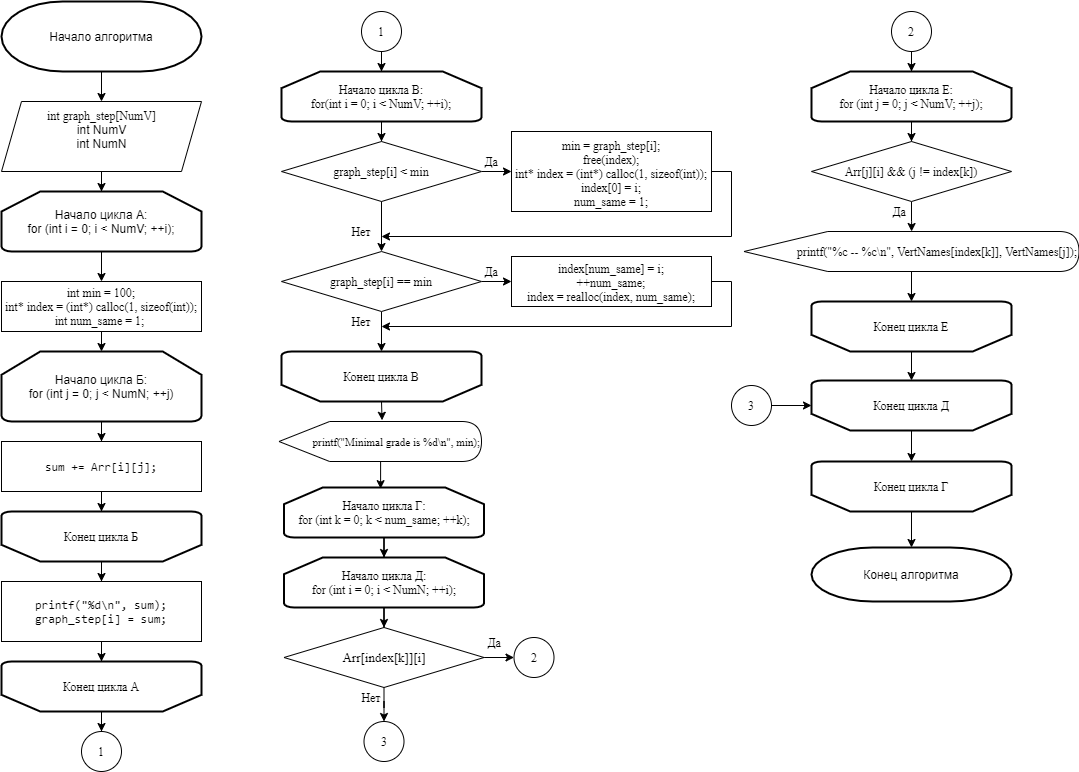
Above: Untitled Diagram.png in pashoke1/dzflita23 (draw.io), before the change. Source tidied: cells renumbered, new cells last; positions are measured from the earlier drawing's top-left corner, leaving out a move shared by most shapes.
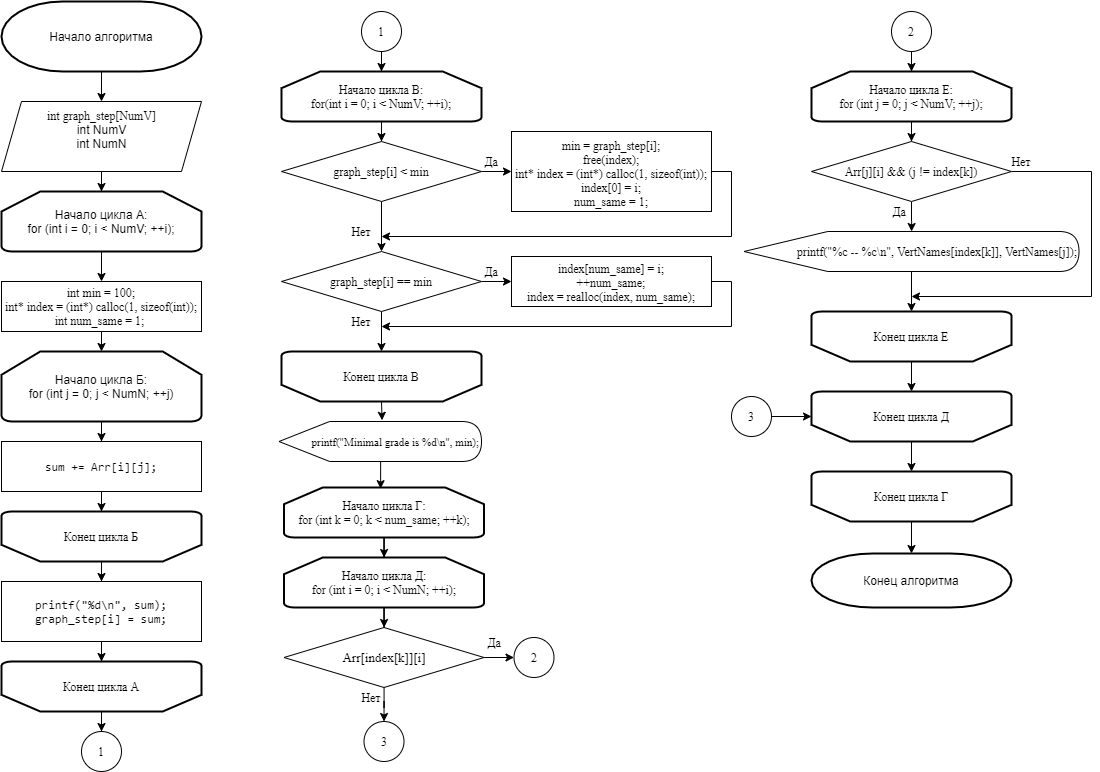
The same file after the commit.

Diff of the diagram source:
```diff
@@ -178,6 +178,15 @@
         <mxPoint x="910.1" y="230" as="targetPoint" />
       </mxGeometry>
     </mxCell>
+    <mxCell id="72" style="edgeStyle=orthogonalEdgeStyle;rounded=0;jettySize=auto;html=1;exitX=1;exitY=0.5;exitDx=0;exitDy=0;entryX=1;entryY=0.75;entryDx=0;entryDy=0;" parent="1" edge="1" source="56">
+      <mxGeometry relative="1" as="geometry">
+        <mxPoint x="910" y="295" as="targetPoint" />
+        <Array as="points">
+          <mxPoint x="1090" y="170" />
+          <mxPoint x="1090" y="295" />
+        </Array>
+      </mxGeometry>
+    </mxCell>
     <mxCell id="56" value="&lt;pre&gt;&lt;font style=&quot;font-size: 12px&quot; face=&quot;Times New Roman&quot;&gt;Arr[j][i] &amp;amp;&amp;amp; (j != index[k])&lt;/font&gt;&lt;/pre&gt;" style="shape=rhombus;perimeter=rhombusPerimeter;whiteSpace=wrap;html=1;align=center;fontFamily=Times New Roman;" parent="1" vertex="1">
       <mxGeometry x="810" y="140" width="200" height="60" as="geometry" />
     </mxCell>
@@ -194,7 +203,7 @@
       <mxGeometry relative="1" as="geometry" />
     </mxCell>
     <mxCell id="61" value="Конец цикла Е" style="strokeWidth=2;shape=mxgraph.flowchart.loop_limit;rotation=0;horizontal=1;verticalAlign=middle;fontStyle=0;fontFamily=Times New Roman;whiteSpace=wrap;html=1;flipH=0;flipV=1;" parent="1" vertex="1">
-      <mxGeometry x="810" y="300" width="200" height="50" as="geometry" />
+      <mxGeometry x="810" y="310" width="200" height="50" as="geometry" />
     </mxCell>
     <mxCell id="62" value="3" style="ellipse;whiteSpace=wrap;html=1;fontFamily=Times New Roman;" parent="1" vertex="1">
       <mxGeometry x="362.5" y="720" width="40" height="40" as="geometry" />
@@ -206,25 +215,28 @@
       <mxGeometry relative="1" as="geometry" />
     </mxCell>
     <mxCell id="65" value="Конец цикла Д" style="strokeWidth=2;shape=mxgraph.flowchart.loop_limit;rotation=0;horizontal=1;verticalAlign=middle;fontStyle=0;fontFamily=Times New Roman;whiteSpace=wrap;html=1;flipH=0;flipV=1;" parent="1" vertex="1">
-      <mxGeometry x="810" y="379" width="200" height="50" as="geometry" />
+      <mxGeometry x="810" y="390" width="200" height="50" as="geometry" />
     </mxCell>
     <mxCell id="66" style="edgeStyle=orthogonalEdgeStyle;rounded=0;jettySize=auto;html=1;fontFamily=Times New Roman;" parent="1" edge="1" source="67" target="70">
       <mxGeometry relative="1" as="geometry" />
     </mxCell>
     <mxCell id="67" value="Конец цикла Г" style="strokeWidth=2;shape=mxgraph.flowchart.loop_limit;rotation=0;horizontal=1;verticalAlign=middle;fontStyle=0;fontFamily=Times New Roman;whiteSpace=wrap;html=1;flipH=0;flipV=1;" parent="1" vertex="1">
-      <mxGeometry x="810" y="460" width="200" height="50" as="geometry" />
+      <mxGeometry x="810" y="470" width="200" height="50" as="geometry" />
     </mxCell>
     <mxCell id="68" style="edgeStyle=orthogonalEdgeStyle;rounded=0;jettySize=auto;html=1;fontFamily=Times New Roman;" parent="1" edge="1" source="69" target="65">
       <mxGeometry relative="1" as="geometry" />
     </mxCell>
     <mxCell id="69" value="3" style="ellipse;whiteSpace=wrap;html=1;fontFamily=Times New Roman;" parent="1" vertex="1">
-      <mxGeometry x="730" y="384" width="40" height="40" as="geometry" />
+      <mxGeometry x="730" y="395" width="40" height="40" as="geometry" />
     </mxCell>
     <mxCell id="70" value="Конец алгоритма" style="strokeWidth=2;html=1;shape=mxgraph.flowchart.terminator;whiteSpace=wrap;" parent="1" vertex="1">
-      <mxGeometry x="810" y="546" width="200" height="54" as="geometry" />
+      <mxGeometry x="810" y="552" width="200" height="54" as="geometry" />
     </mxCell>
     <mxCell id="71" value="&lt;span&gt;int&lt;/span&gt;&lt;span&gt; min = 100;&lt;br&gt;&lt;/span&gt;&lt;span&gt;int&lt;/span&gt;&lt;span&gt;* index = (&lt;/span&gt;&lt;span&gt;int&lt;/span&gt;&lt;span&gt;*) calloc(1, &lt;/span&gt;&lt;span&gt;sizeof&lt;/span&gt;&lt;span&gt;(&lt;/span&gt;&lt;span&gt;int&lt;/span&gt;&lt;span&gt;));&lt;br&gt;&lt;/span&gt;&lt;span&gt;int&lt;/span&gt;&lt;span&gt; num_same = 1;&lt;/span&gt;&lt;span&gt;&amp;nbsp;&lt;/span&gt;&lt;span&gt;&lt;br&gt;&lt;/span&gt;" style="rounded=0;whiteSpace=wrap;html=1;fontFamily=Times New Roman;align=center;" parent="1" vertex="1">
       <mxGeometry y="280" width="200" height="50" as="geometry" />
     </mxCell>
+    <mxCell id="73" value="Нет" style="text;html=1;strokeColor=none;fillColor=none;align=center;verticalAlign=middle;whiteSpace=wrap;rounded=0;fontFamily=Times New Roman;" parent="1" vertex="1">
+      <mxGeometry x="1000" y="150" width="40" height="20" as="geometry" />
+    </mxCell>
   </root>
 </mxGraphModel>
```
